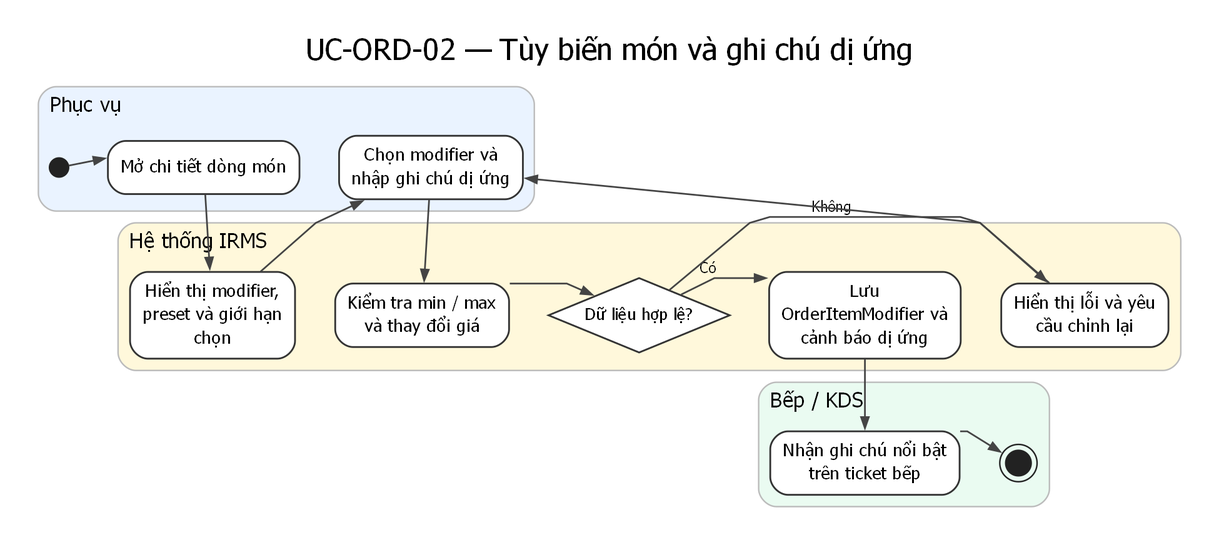
This is assets/diagrams/rendered/activity/uc-ord-02-customize-item-and-allergy-note.png from lehoangluan1/SA_IRMS, a Graphviz export, as it was before one commit. Its source is kept beside it as assets/diagrams/source/activity/uc-ord-02-customize-item-and-allergy-note.dot.
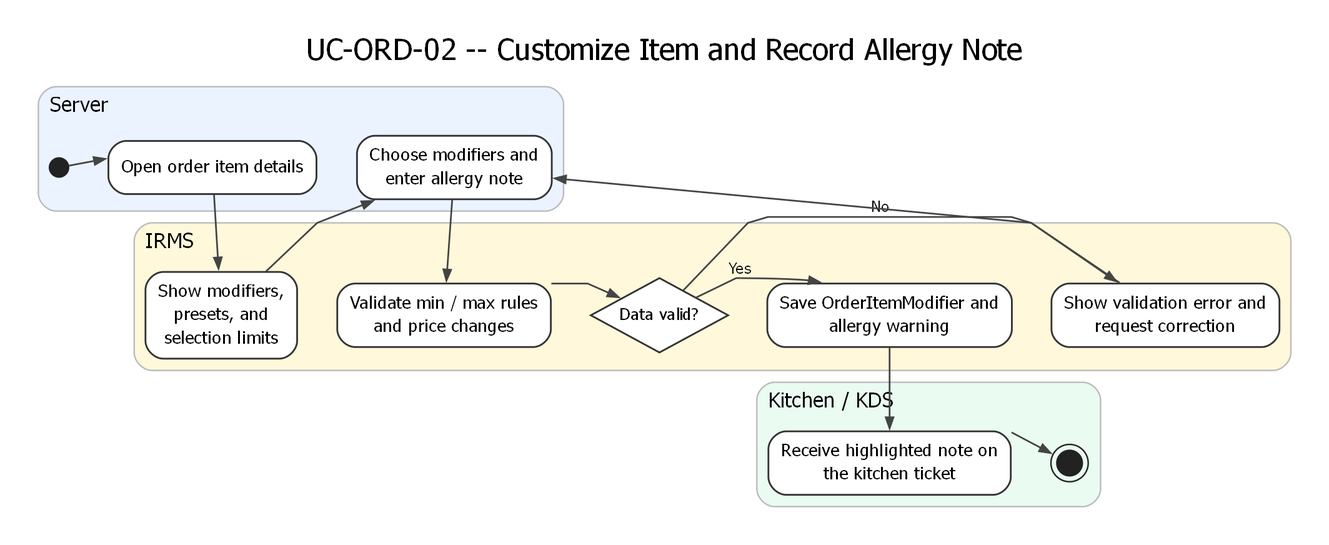
The same file after the commit.

Change to the diagram source:
```diff
@@ -2,43 +2,35 @@
   graph [rankdir=TB, newrank=true, splines=polyline, nodesep=0.38, ranksep=0.62, pad=0.25, dpi=170, bgcolor="white", fontname="DejaVu Sans"];
   node [fontname="DejaVu Sans"];
   edge [fontname="DejaVu Sans", fontsize=10, color="#444444", penwidth=1.15, arrowsize=0.75];
-  labelloc="t"; labeljust="c"; fontsize=20; fontname="DejaVu Sans"; label="UC-ORD-02 — Tùy biến món và ghi chú dị ứng";
+  labelloc="t"; labeljust="c"; fontsize=20; fontname="DejaVu Sans"; label="UC-ORD-02 -- Customize Item and Record Allergy Note";
   subgraph cluster_l1 {
     style="rounded,filled";
     fillcolor="#EAF3FF"; color="#BBBBBB"; penwidth=1.0;
-    label="Phục vụ"; fontsize=14; labelloc="t"; labeljust="l";
+    label="Server"; fontsize=14; labelloc="t"; labeljust="l";
     rank=same;
     n0 [shape=circle, label="", width=0.18, height=0.18, fixedsize=true, style=filled, fillcolor="#222222", color="#222222"];
-    n1 [label="Mở chi tiết dòng món", shape=rect, style="rounded,filled", fillcolor="white", color="#333333", penwidth=1.2, fontsize=12, margin="0.12,0.08"];
-    n3 [label="Chọn modifier và
-nhập ghi chú dị ứng", shape=rect, style="rounded,filled", fillcolor="white", color="#333333", penwidth=1.2, fontsize=12, margin="0.12,0.08"];
+    n1 [label="Open order item details", shape=rect, style="rounded,filled", fillcolor="white", color="#333333", penwidth=1.2, fontsize=12, margin="0.12,0.08"];
+    n3 [label="Choose modifiers and\nenter allergy note", shape=rect, style="rounded,filled", fillcolor="white", color="#333333", penwidth=1.2, fontsize=12, margin="0.12,0.08"];
     n0 -> n1 -> n3 [style=invis, weight=20];
   }
   subgraph cluster_l2 {
     style="rounded,filled";
     fillcolor="#FFF8DB"; color="#BBBBBB"; penwidth=1.0;
-    label="Hệ thống IRMS"; fontsize=14; labelloc="t"; labeljust="l";
+    label="IRMS"; fontsize=14; labelloc="t"; labeljust="l";
     rank=same;
-    n2 [label="Hiển thị modifier,
-preset và giới hạn
-chọn", shape=rect, style="rounded,filled", fillcolor="white", color="#333333", penwidth=1.2, fontsize=12, margin="0.12,0.08"];
-    n4 [label="Kiểm tra min / max
-và thay đổi giá", shape=rect, style="rounded,filled", fillcolor="white", color="#333333", penwidth=1.2, fontsize=12, margin="0.12,0.08"];
-    n5 [label="Dữ liệu hợp lệ?", shape=diamond, style="filled", fillcolor="white", color="#333333", penwidth=1.2, fontsize=11, width=1.2, height=0.7, margin="0.05,0.03"];
-    n6 [label="Lưu
-OrderItemModifier và
-cảnh báo dị ứng", shape=rect, style="rounded,filled", fillcolor="white", color="#333333", penwidth=1.2, fontsize=12, margin="0.12,0.08"];
-    n8 [label="Hiển thị lỗi và yêu
-cầu chỉnh lại", shape=rect, style="rounded,filled", fillcolor="white", color="#333333", penwidth=1.2, fontsize=12, margin="0.12,0.08"];
+    n2 [label="Show modifiers,\npresets, and\nselection limits", shape=rect, style="rounded,filled", fillcolor="white", color="#333333", penwidth=1.2, fontsize=12, margin="0.12,0.08"];
+    n4 [label="Validate min / max rules\nand price changes", shape=rect, style="rounded,filled", fillcolor="white", color="#333333", penwidth=1.2, fontsize=12, margin="0.12,0.08"];
+    n5 [label="Data valid?", shape=diamond, style="filled", fillcolor="white", color="#333333", penwidth=1.2, fontsize=11, width=1.2, height=0.7, margin="0.05,0.03"];
+    n6 [label="Save OrderItemModifier and\nallergy warning", shape=rect, style="rounded,filled", fillcolor="white", color="#333333", penwidth=1.2, fontsize=12, margin="0.12,0.08"];
+    n8 [label="Show validation error and\nrequest correction", shape=rect, style="rounded,filled", fillcolor="white", color="#333333", penwidth=1.2, fontsize=12, margin="0.12,0.08"];
     n2 -> n4 -> n5 -> n6 -> n8 [style=invis, weight=20];
   }
   subgraph cluster_l3 {
     style="rounded,filled";
     fillcolor="#EAFBF1"; color="#BBBBBB"; penwidth=1.0;
-    label="Bếp / KDS"; fontsize=14; labelloc="t"; labeljust="l";
+    label="Kitchen / KDS"; fontsize=14; labelloc="t"; labeljust="l";
     rank=same;
-    n7 [label="Nhận ghi chú nổi bật
-trên ticket bếp", shape=rect, style="rounded,filled", fillcolor="white", color="#333333", penwidth=1.2, fontsize=12, margin="0.12,0.08"];
+    n7 [label="Receive highlighted note on\nthe kitchen ticket", shape=rect, style="rounded,filled", fillcolor="white", color="#333333", penwidth=1.2, fontsize=12, margin="0.12,0.08"];
     n9 [shape=doublecircle, label="", width=0.24, height=0.24, fixedsize=true, style=filled, fillcolor="#222222", color="#222222"];
     n7 -> n9 [style=invis, weight=20];
   }
@@ -47,8 +39,8 @@
   n2 -> n3;
   n3 -> n4;
   n4 -> n5;
-  n5 -> n6 [xlabel="Có"];
-  n5 -> n8 [xlabel="Không"];
+  n5 -> n6 [xlabel="Yes"];
+  n5 -> n8 [xlabel="No"];
   n8 -> n3;
   n6 -> n7;
   n7 -> n9;
```
